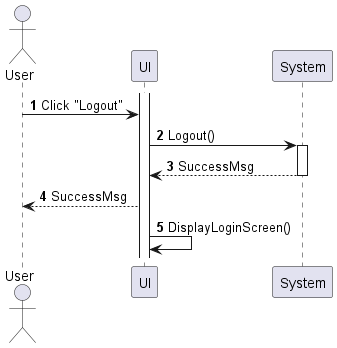
Above: sequences/my-account-logout.png in phihungha/scmss-reqs (PlantUML), before the change.
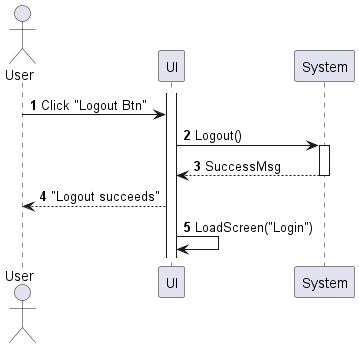
Above is the later version.

The edit, as a diff of the source:
```diff
@@ -6,10 +6,10 @@
 participant System as b
 
 activate f
-a -> f : Click "Logout"
+a -> f : Click "Logout Btn"
 f -> b : Logout()
 activate b
 return SuccessMsg
-f --> a : SuccessMsg
-f -> f : DisplayLoginScreen()
+f --> a : "Logout succeeds"
+f -> f : LoadScreen("Login")
 @enduml
```
